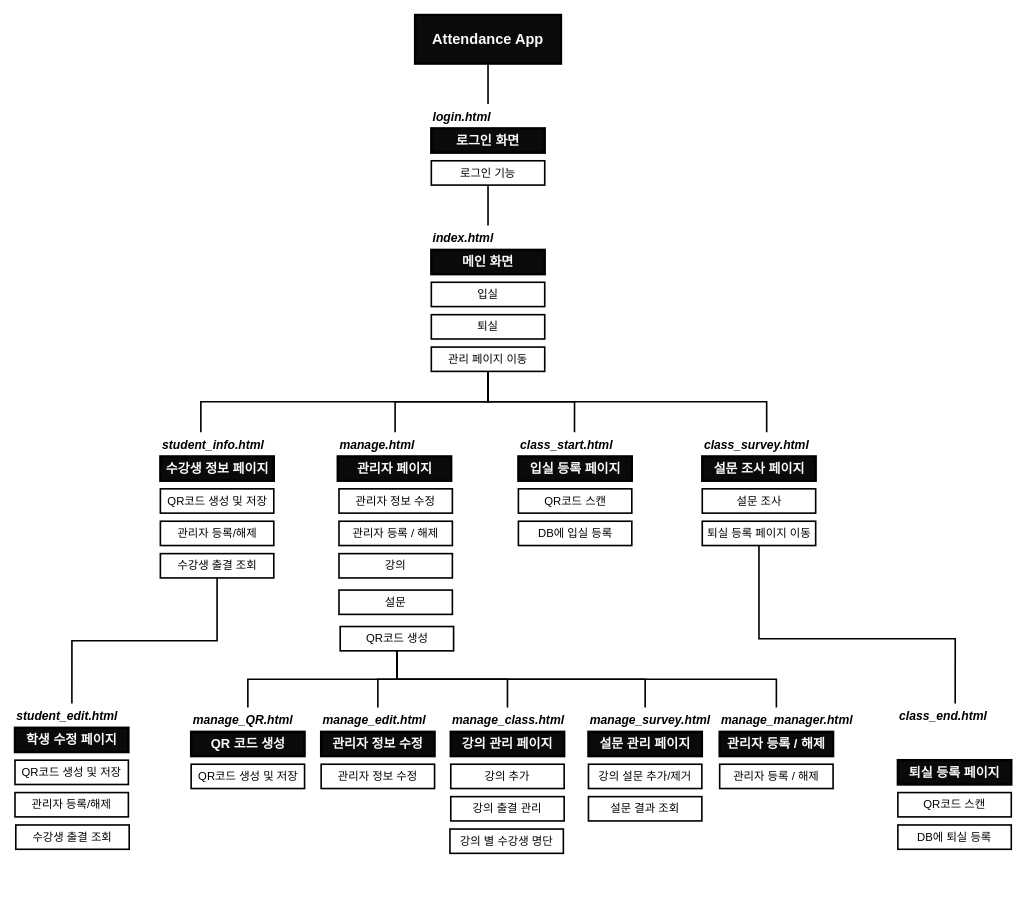
The draw.io diagram documents/site_map.drawio in CJU-ACIN/attendance-app, before the edit. Source tidied: cells renumbered, new cells numbered last; positions are measured from the earlier drawing's top-left corner, leaving out a move shared by most shapes. Both pictures are drawn from the tidied source at 81%, with x=0, y=0 at pixel (15, 15).
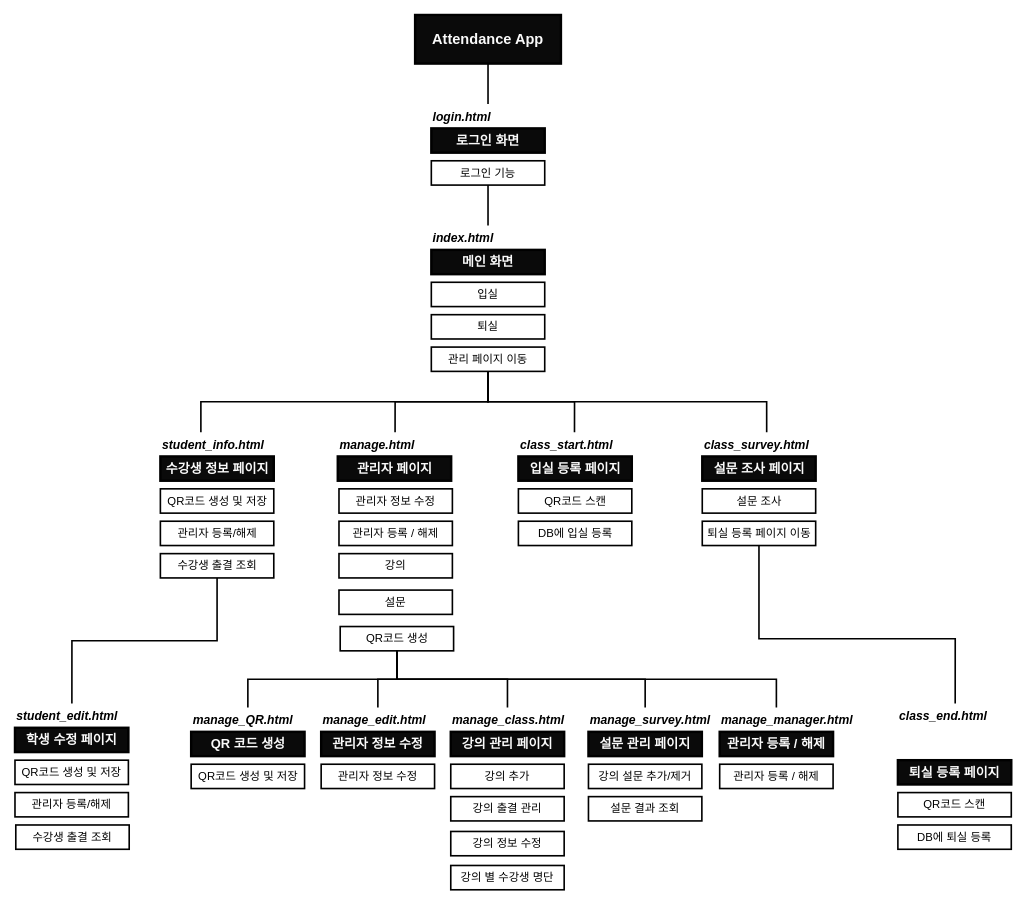
The same diagram, later.

Commit message (it also covers changes not shown here):
(docs) 사이트맵 이미지 수정

Change to the diagram source:
```diff
@@
     <mxCell id="65" value="&lt;span style=&quot;font-size: 14px;&quot;&gt;강의 별 수강생 명단&lt;/span&gt;" style="rounded=0;whiteSpace=wrap;html=1;strokeWidth=2;" parent="1" vertex="1">
-      <mxGeometry x="537" y="1005" width="140" height="30" as="geometry" />
+      <mxGeometry x="538" y="1050" width="140" height="30" as="geometry" />
     </mxCell>
@@
+    <mxCell id="71" value="&lt;span style=&quot;font-size: 14px;&quot;&gt;강의 정보 수정&lt;/span&gt;" style="rounded=0;whiteSpace=wrap;html=1;strokeWidth=2;" parent="1" vertex="1">
+      <mxGeometry x="538" y="1008" width="140" height="30" as="geometry" />
+    </mxCell>
```
